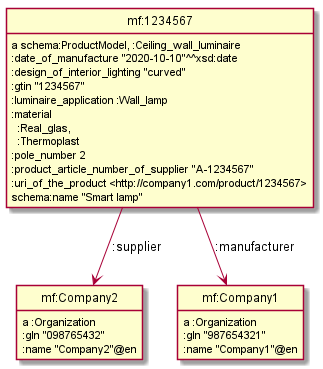
Earlier version of the PlantUML export pres/20201221-ECLASS-RDF/img/catalog-entry-refactored.png (VladimirAlexiev/my). Source of this version:
```plantuml
@startuml
hide empty methods
hide empty attributes
hide circle
skinparam classAttributeIconSize 0
class mf_Company2 as "mf:Company2"
mf_Company2 : a :Organization
mf_Company2 : :gln "098765432"
mf_Company2 : :name "Company2"@en
class mf_Company1 as "mf:Company1"
mf_Company1 : a :Organization
mf_Company1 : :gln "987654321"
mf_Company1 : :name "Company1"@en
class mf_1234567 as "mf:1234567"
mf_1234567 : a schema:ProductModel, :Ceiling_wall_luminaire
mf_1234567 -down-> mf_Company1 : :manufacturer
mf_1234567 -down-> mf_Company2 : :supplier
mf_1234567 : :date_of_manufacture "2020-10-10"^^xsd:date
mf_1234567 : :design_of_interior_lighting "curved"
mf_1234567 : :gtin "1234567"
mf_1234567 : :luminaire_application :Wall_lamp
mf_1234567 : :material\n  :Real_glas,\n  :Thermoplast
mf_1234567 : :pole_number 2
mf_1234567 : :product_article_number_of_supplier "A-1234567"
mf_1234567 : :uri_of_the_product <http://company1.com/product/1234567>
mf_1234567 : schema:name "Smart lamp"
@enduml
```
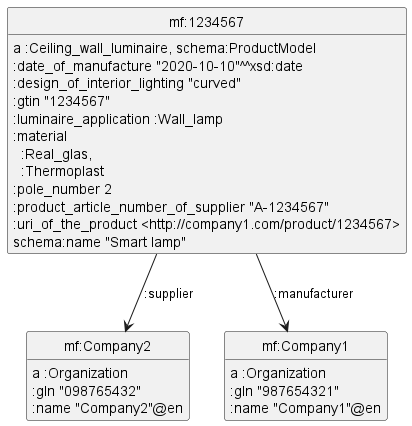
After the commit.

Change to the diagram source:
```diff
@@ -1,27 +1,26 @@
 @startuml
-hide empty methods
-hide empty attributes
+hide empty members
 hide circle
 skinparam classAttributeIconSize 0
 class mf_Company2 as "mf:Company2"
-mf_Company2 : a :Organization
-mf_Company2 : :gln "098765432"
-mf_Company2 : :name "Company2"@en
+mf_Company2 : {field} a :Organization
+mf_Company2 : {field} :gln "098765432"
+mf_Company2 : {field} :name "Company2"@en
+class mf_1234567 as "mf:1234567"
+mf_1234567 : {field} a :Ceiling_wall_luminaire, schema:ProductModel
+mf_1234567 -down-> mf_Company2 : :supplier
 class mf_Company1 as "mf:Company1"
-mf_Company1 : a :Organization
-mf_Company1 : :gln "987654321"
-mf_Company1 : :name "Company1"@en
-class mf_1234567 as "mf:1234567"
-mf_1234567 : a schema:ProductModel, :Ceiling_wall_luminaire
 mf_1234567 -down-> mf_Company1 : :manufacturer
-mf_1234567 -down-> mf_Company2 : :supplier
-mf_1234567 : :date_of_manufacture "2020-10-10"^^xsd:date
-mf_1234567 : :design_of_interior_lighting "curved"
-mf_1234567 : :gtin "1234567"
-mf_1234567 : :luminaire_application :Wall_lamp
-mf_1234567 : :material\n  :Real_glas,\n  :Thermoplast
-mf_1234567 : :pole_number 2
-mf_1234567 : :product_article_number_of_supplier "A-1234567"
-mf_1234567 : :uri_of_the_product <http://company1.com/product/1234567>
-mf_1234567 : schema:name "Smart lamp"
+mf_1234567 : {field} :date_of_manufacture "2020-10-10"^^xsd:date
+mf_1234567 : {field} :design_of_interior_lighting "curved"
+mf_1234567 : {field} :gtin "1234567"
+mf_1234567 : {field} :luminaire_application :Wall_lamp
+mf_1234567 : {field} :material\n  :Real_glas,\n  :Thermoplast
+mf_1234567 : {field} :pole_number 2
+mf_1234567 : {field} :product_article_number_of_supplier "A-1234567"
+mf_1234567 : {field} :uri_of_the_product <http://company1.com/product/1234567>
+mf_1234567 : {field} schema:name "Smart lamp"
+mf_Company1 : {field} a :Organization
+mf_Company1 : {field} :gln "987654321"
+mf_Company1 : {field} :name "Company1"@en
 @enduml
```
